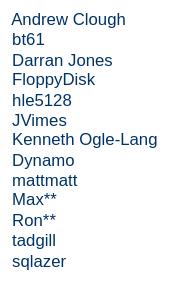
The draw.io diagram donors.drawio.svg in SmoothWAN/SmoothWAN-misc, before a commit. Source tidied: cells renumbered, new cells last; positions are measured from the earlier drawing's top-left corner, leaving out a move shared by most shapes.
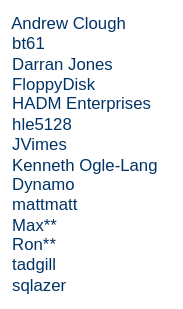
After the change.

The edit, as a diff of the source:
```diff
@@ -2,8 +2,8 @@
   <root>
     <mxCell id="0" />
     <mxCell id="1" parent="0" />
-    <mxCell id="2" value="&lt;div&gt;&lt;font color=&quot;#003366&quot;&gt;&amp;nbsp; Andrew Clough&lt;/font&gt;&lt;/div&gt;&lt;div&gt;&lt;font color=&quot;#003366&quot;&gt;&amp;nbsp; bt61&lt;/font&gt;&lt;/div&gt;&lt;div&gt;&lt;font color=&quot;#003366&quot;&gt;&amp;nbsp; Darran Jones&amp;nbsp;&lt;/font&gt;&lt;/div&gt;&lt;div&gt;&lt;font color=&quot;#003366&quot;&gt;&amp;nbsp; FloppyDisk&lt;/font&gt;&lt;/div&gt;&lt;div&gt;&lt;font color=&quot;#003366&quot;&gt;&amp;nbsp; hle5128&lt;/font&gt;&lt;/div&gt;&lt;div&gt;&lt;font color=&quot;#003366&quot;&gt;&amp;nbsp; JVimes&lt;/font&gt;&lt;/div&gt;&lt;div&gt;&lt;font color=&quot;#003366&quot;&gt;&amp;nbsp; Kenneth Ogle-Lang&lt;/font&gt;&lt;/div&gt;&lt;div&gt;&lt;font color=&quot;#003366&quot;&gt;&amp;nbsp; Dynamo&lt;/font&gt;&lt;/div&gt;&lt;div&gt;&lt;font color=&quot;#003366&quot;&gt;&amp;nbsp; mattmatt&lt;/font&gt;&lt;/div&gt;&lt;div&gt;&lt;font color=&quot;#003366&quot;&gt;&amp;nbsp; Max**&lt;/font&gt;&lt;/div&gt;&lt;div&gt;&lt;font color=&quot;#003366&quot;&gt;&amp;nbsp; Ron**&lt;/font&gt;&lt;/div&gt;&lt;div&gt;&lt;font color=&quot;#003366&quot;&gt;&amp;nbsp; tadgill&lt;/font&gt;&lt;/div&gt;&lt;div&gt;&lt;font color=&quot;#003366&quot;&gt;&amp;nbsp; sqlazer&lt;/font&gt;&lt;/div&gt;" style="text;html=1;align=left;verticalAlign=middle;strokeColor=none;fillColor=none;" parent="1" vertex="1">
-      <mxGeometry width="130" height="200" as="geometry" />
+    <mxCell id="2" value="&lt;div&gt;&lt;font color=&quot;#003366&quot;&gt;&amp;nbsp; Andrew Clough&lt;/font&gt;&lt;/div&gt;&lt;div&gt;&lt;font color=&quot;#003366&quot;&gt;&amp;nbsp; bt61&lt;/font&gt;&lt;/div&gt;&lt;div&gt;&lt;font color=&quot;#003366&quot;&gt;&amp;nbsp; Darran Jones&amp;nbsp;&lt;/font&gt;&lt;/div&gt;&lt;div&gt;&lt;font color=&quot;#003366&quot;&gt;&amp;nbsp; FloppyDisk&lt;/font&gt;&lt;/div&gt;&lt;div&gt;&lt;font color=&quot;#003366&quot;&gt;&amp;nbsp; HADM Enterprises&lt;br&gt;&lt;/font&gt;&lt;/div&gt;&lt;div&gt;&lt;font color=&quot;#003366&quot;&gt;&amp;nbsp; hle5128&lt;/font&gt;&lt;/div&gt;&lt;div&gt;&lt;font color=&quot;#003366&quot;&gt;&amp;nbsp; JVimes&lt;/font&gt;&lt;/div&gt;&lt;div&gt;&lt;font color=&quot;#003366&quot;&gt;&amp;nbsp; Kenneth Ogle-Lang&lt;/font&gt;&lt;/div&gt;&lt;div&gt;&lt;font color=&quot;#003366&quot;&gt;&amp;nbsp; Dynamo&lt;/font&gt;&lt;/div&gt;&lt;div&gt;&lt;font color=&quot;#003366&quot;&gt;&amp;nbsp; mattmatt&lt;/font&gt;&lt;/div&gt;&lt;div&gt;&lt;font color=&quot;#003366&quot;&gt;&amp;nbsp; Max**&lt;/font&gt;&lt;/div&gt;&lt;div&gt;&lt;font color=&quot;#003366&quot;&gt;&amp;nbsp; Ron**&lt;/font&gt;&lt;/div&gt;&lt;div&gt;&lt;font color=&quot;#003366&quot;&gt;&amp;nbsp; tadgill&lt;/font&gt;&lt;/div&gt;&lt;div&gt;&lt;font color=&quot;#003366&quot;&gt;&amp;nbsp; sqlazer&lt;/font&gt;&lt;/div&gt;" style="text;html=1;align=left;verticalAlign=middle;strokeColor=none;fillColor=none;" parent="1" vertex="1">
+      <mxGeometry width="130" height="220" as="geometry" />
     </mxCell>
   </root>
 </mxGraphModel>
```
